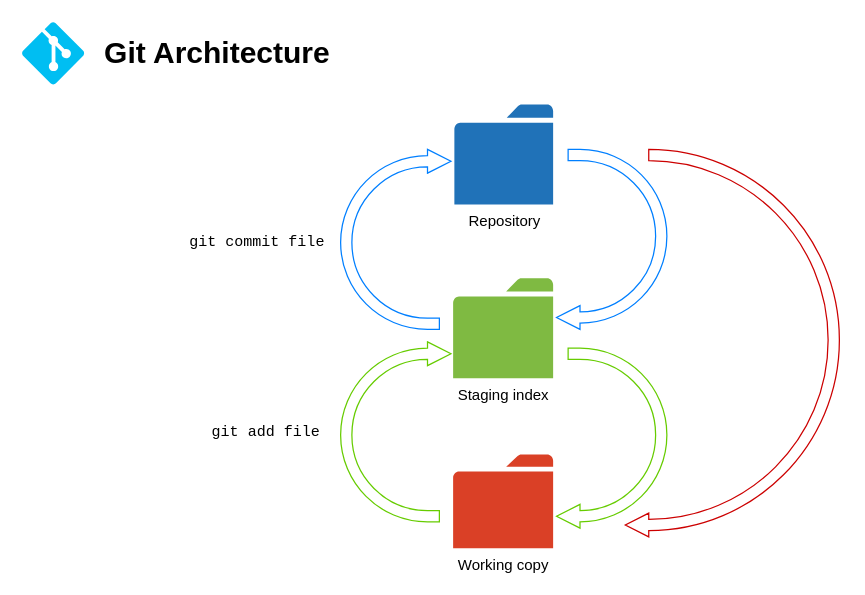
Above: Git_Architecture.drawio in gitansalaza/gitansalaza (draw.io), before the change. Source tidied: cells renumbered, new cells numbered last; positions are measured from the earlier drawing's top-left corner, leaving out a move shared by most shapes. Both pictures are drawn from the tidied source at 125%, with x=0, y=0 at pixel (21, 21).
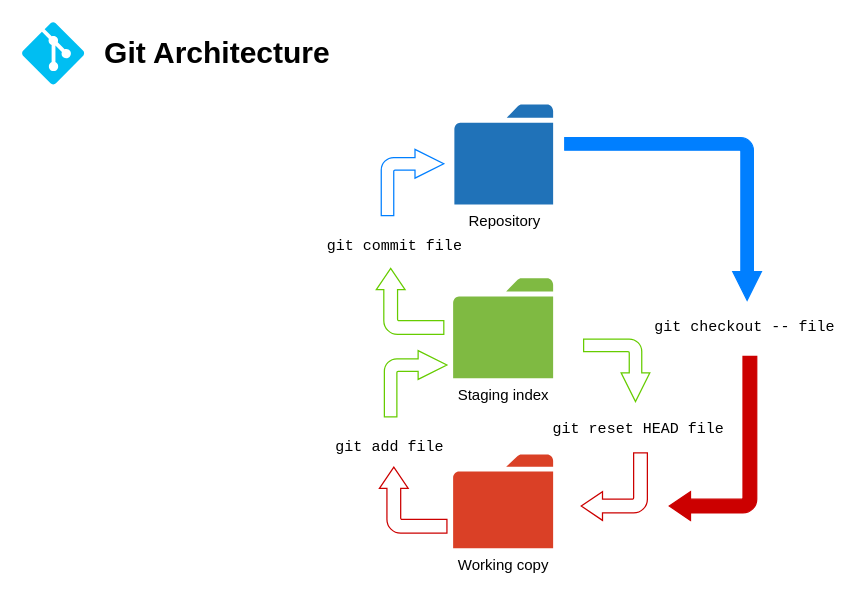
The same diagram, later.

Change to the diagram source:
```diff
@@
 <mxGraphModel>
   <root>
     <mxCell id="0" />
     <mxCell id="1" parent="0" />
     <mxCell id="2" style="group;" parent="1" vertex="1">
       <mxGeometry width="420" height="50" as="geometry" />
     </mxCell>
     <mxCell id="3" value="&lt;font size=&quot;1&quot;&gt;&lt;b style=&quot;font-size: 24px&quot;&gt;Git Architecture&lt;/b&gt;&lt;/font&gt;" style="text;html=1;align=center;verticalAlign=middle;fillColor=none;strokeColor=none;rounded=0;" parent="2" vertex="1">
       <mxGeometry x="56" y="15" width="200" height="20" as="geometry" />
     </mxCell>
     <mxCell id="4" style="verticalLabelPosition=bottom;html=1;verticalAlign=top;align=center;strokeColor=none;fillColor=#00BEF2;shape=mxgraph.azure.git_repository;fontFamily=Verdana;fontSize=24;" parent="2" vertex="1">
       <mxGeometry width="50" height="50" as="geometry" />
     </mxCell>
     <mxCell id="5" value="Working copy" style="sketch=0;shadow=0;dashed=0;html=1;strokeColor=none;labelPosition=center;verticalLabelPosition=bottom;verticalAlign=top;align=center;shape=mxgraph.office.concepts.folder;fillColor=#DA4026;" parent="1" vertex="1">
       <mxGeometry x="345" y="346" width="80" height="75" as="geometry" />
     </mxCell>
     <mxCell id="6" value="Staging index" style="sketch=0;shadow=0;dashed=0;html=1;strokeColor=none;labelPosition=center;verticalLabelPosition=bottom;verticalAlign=top;align=center;shape=mxgraph.office.concepts.folder;fillColor=#7FBA42;" parent="1" vertex="1">
       <mxGeometry x="345" y="205" width="80" height="80" as="geometry" />
     </mxCell>
     <mxCell id="7" value="Repository" style="sketch=0;shadow=0;dashed=0;html=1;strokeColor=none;labelPosition=center;verticalLabelPosition=bottom;verticalAlign=top;align=center;shape=mxgraph.office.concepts.folder;fillColor=#2072B8;" parent="1" vertex="1">
       <mxGeometry x="346" y="66" width="79" height="80" as="geometry" />
     </mxCell>
-    <mxCell id="8" style="html=1;shadow=0;dashed=0;align=center;verticalAlign=middle;shape=mxgraph.arrows2.uTurnArrow;dy=4.5;arrowHead=19;dx2=18.75;strokeColor=#66CC00;" parent="1" vertex="1">
-      <mxGeometry x="255" y="256" width="79" height="144" as="geometry" />
-    </mxCell>
-    <mxCell id="9" style="html=1;shadow=0;dashed=0;align=center;verticalAlign=middle;shape=mxgraph.arrows2.uTurnArrow;dy=4.5;arrowHead=19;dx2=18.75;strokeColor=#007FFF;" parent="1" vertex="1">
-      <mxGeometry x="255" y="102" width="79" height="144" as="geometry" />
-    </mxCell>
     <mxCell id="10" value="&lt;font face=&quot;Courier New&quot;&gt;git add file&lt;/font&gt;" style="text;html=1;align=center;verticalAlign=middle;fillColor=none;strokeColor=none;rounded=0;" parent="1" vertex="1">
-      <mxGeometry x="145" y="318" width="100" height="20" as="geometry" />
+      <mxGeometry x="243.5" y="329.5" width="100" height="20" as="geometry" />
     </mxCell>
     <mxCell id="11" value="&lt;font face=&quot;Courier New&quot;&gt;git commit file&lt;/font&gt;" style="text;html=1;align=center;verticalAlign=middle;fillColor=none;strokeColor=none;rounded=0;" parent="1" vertex="1">
-      <mxGeometry x="128" y="166" width="120" height="20" as="geometry" />
+      <mxGeometry x="237.5" y="169" width="120" height="20" as="geometry" />
     </mxCell>
-    <mxCell id="12" style="html=1;shadow=0;dashed=0;align=center;verticalAlign=middle;shape=mxgraph.arrows2.uTurnArrow;dy=4.5;arrowHead=19;dx2=18.75;strokeColor=#007FFF;rotation=-180;" parent="1" vertex="1">
-      <mxGeometry x="437" y="102" width="79" height="144" as="geometry" />
-    </mxCell>
-    <mxCell id="13" style="html=1;shadow=0;dashed=0;align=center;verticalAlign=middle;shape=mxgraph.arrows2.uTurnArrow;dy=4.5;arrowHead=19;dx2=18.75;strokeColor=#66CC00;rotation=-180;" parent="1" vertex="1">
-      <mxGeometry x="437" y="261" width="79" height="144" as="geometry" />
-    </mxCell>
-    <mxCell id="14" style="html=1;shadow=0;dashed=0;align=center;verticalAlign=middle;shape=mxgraph.arrows2.uTurnArrow;dy=4.5;arrowHead=19;dx2=18.75;strokeColor=#CC0000;rotation=-180;" parent="1" vertex="1">
-      <mxGeometry x="545" y="102" width="109" height="310" as="geometry" />
-    </mxCell>
+    <mxCell id="15" value="&lt;font face=&quot;Courier New&quot;&gt;git reset HEAD file&lt;/font&gt;" style="text;html=1;align=center;verticalAlign=middle;fillColor=none;strokeColor=none;rounded=0;" parent="1" vertex="1">
+      <mxGeometry x="418" y="315" width="150" height="20" as="geometry" />
+    </mxCell>
+    <mxCell id="16" value="&lt;font face=&quot;Courier New&quot;&gt;git checkout -- file&lt;/font&gt;" style="text;html=1;align=center;verticalAlign=middle;fillColor=none;strokeColor=none;rounded=0;" parent="1" vertex="1">
+      <mxGeometry x="498" y="233.6" width="160" height="20" as="geometry" />
+    </mxCell>
+    <mxCell id="17" style="html=1;shadow=0;dashed=0;align=center;verticalAlign=middle;shape=mxgraph.arrows2.bendArrow;dy=5;dx=23;notch=0;arrowHead=23;rounded=1;fontFamily=Courier New;strokeColor=#66CC00;" parent="1" vertex="1">
+      <mxGeometry x="290" y="263" width="50" height="53" as="geometry" />
+    </mxCell>
+    <mxCell id="18" style="html=1;shadow=0;dashed=0;align=center;verticalAlign=middle;shape=mxgraph.arrows2.bendArrow;dy=5.5;dx=17;notch=0;arrowHead=23;rounded=1;fontFamily=Courier New;strokeColor=#CC0000;rotation=-90;" parent="1" vertex="1">
+      <mxGeometry x="286.6" y="355.6" width="52.9" height="54" as="geometry" />
+    </mxCell>
+    <mxCell id="19" style="html=1;shadow=0;dashed=0;align=center;verticalAlign=middle;shape=mxgraph.arrows2.bendArrow;dy=5;dx=23;notch=0;arrowHead=23;rounded=1;fontFamily=Courier New;strokeColor=#007FFF;" parent="1" vertex="1">
+      <mxGeometry x="287.5" y="102" width="50" height="53" as="geometry" />
+    </mxCell>
+    <mxCell id="20" style="html=1;shadow=0;dashed=0;align=center;verticalAlign=middle;shape=mxgraph.arrows2.bendArrow;dy=5.5;dx=17;notch=0;arrowHead=23;rounded=1;fontFamily=Courier New;strokeColor=#66CC00;rotation=-90;" parent="1" vertex="1">
+      <mxGeometry x="284.1" y="196.6" width="52.9" height="54" as="geometry" />
+    </mxCell>
+    <mxCell id="21" style="html=1;shadow=0;dashed=0;align=center;verticalAlign=middle;shape=mxgraph.arrows2.bendArrow;dy=5;dx=23;notch=0;arrowHead=23;rounded=1;fontFamily=Courier New;strokeColor=#66CC00;rotation=90;" parent="1" vertex="1">
+      <mxGeometry x="450.9" y="252.2" width="50" height="53" as="geometry" />
+    </mxCell>
+    <mxCell id="22" style="html=1;shadow=0;dashed=0;align=center;verticalAlign=middle;shape=mxgraph.arrows2.bendArrow;dy=5.5;dx=17;notch=0;arrowHead=23;rounded=1;fontFamily=Courier New;strokeColor=#CC0000;rotation=-180;" parent="1" vertex="1">
+      <mxGeometry x="447.5" y="344.8" width="52.9" height="54" as="geometry" />
+    </mxCell>
+    <mxCell id="23" style="html=1;shadow=0;dashed=0;align=center;verticalAlign=middle;shape=mxgraph.arrows2.bendArrow;dy=5;dx=23;notch=0;arrowHead=23;rounded=1;fontFamily=Courier New;strokeColor=#007FFF;rotation=90;fillColor=#007FFF;" parent="1" vertex="1">
+      <mxGeometry x="448" y="79" width="130" height="157.4" as="geometry" />
+    </mxCell>
+    <mxCell id="24" style="html=1;shadow=0;dashed=0;align=center;verticalAlign=middle;shape=mxgraph.arrows2.bendArrow;dy=5.5;dx=17;notch=0;arrowHead=23;rounded=1;fontFamily=Courier New;strokeColor=#CC0000;rotation=-180;fillColor=#CC0000;" parent="1" vertex="1">
+      <mxGeometry x="517.9" y="267.6" width="70" height="131.2" as="geometry" />
+    </mxCell>
   </root>
 </mxGraphModel>
```
